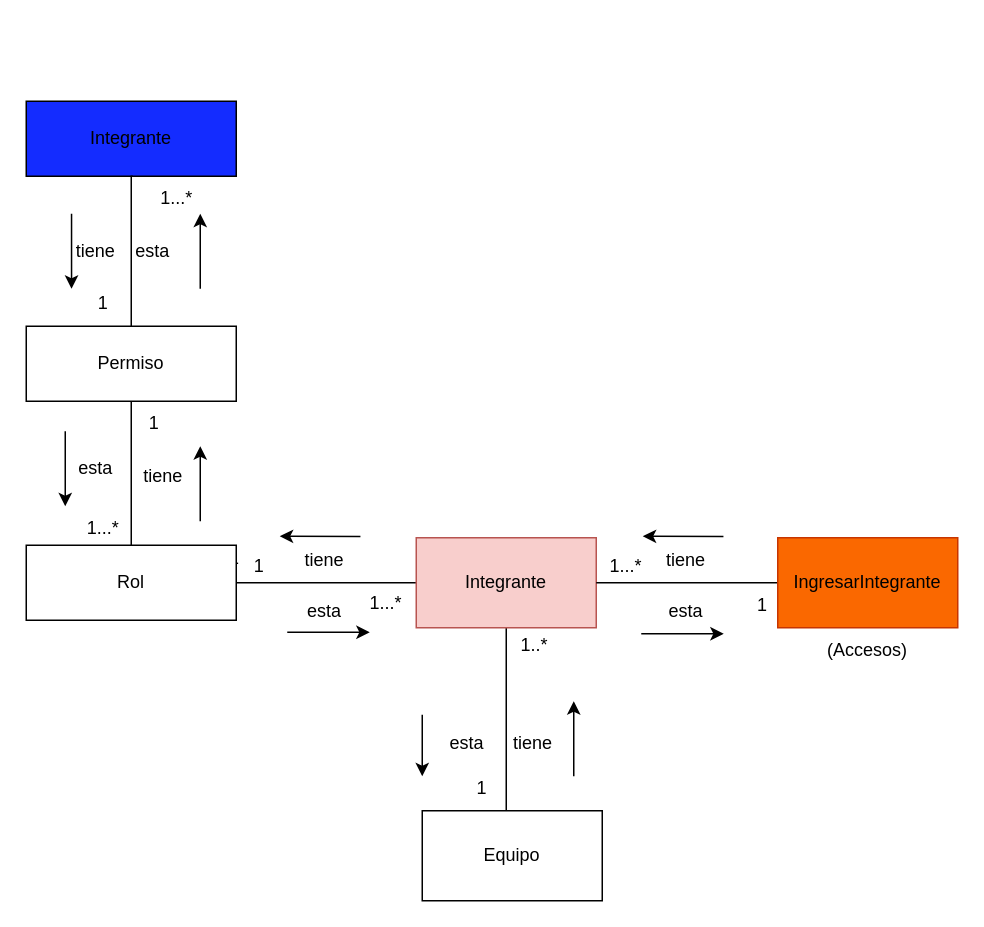
Before: page "AnemicModelTeams" (7 of 13) of CoTasker_BoundedContext.drawio in Migue1409-KP/DOO-working-group, a draw.io diagram. Source tidied: cells renumbered, new cells numbered last; positions are measured from the earlier drawing's top-left corner, leaving out a move shared by most shapes. Both pictures are drawn from the tidied source at 150%, with x=0, y=0 at pixel (26, 100).
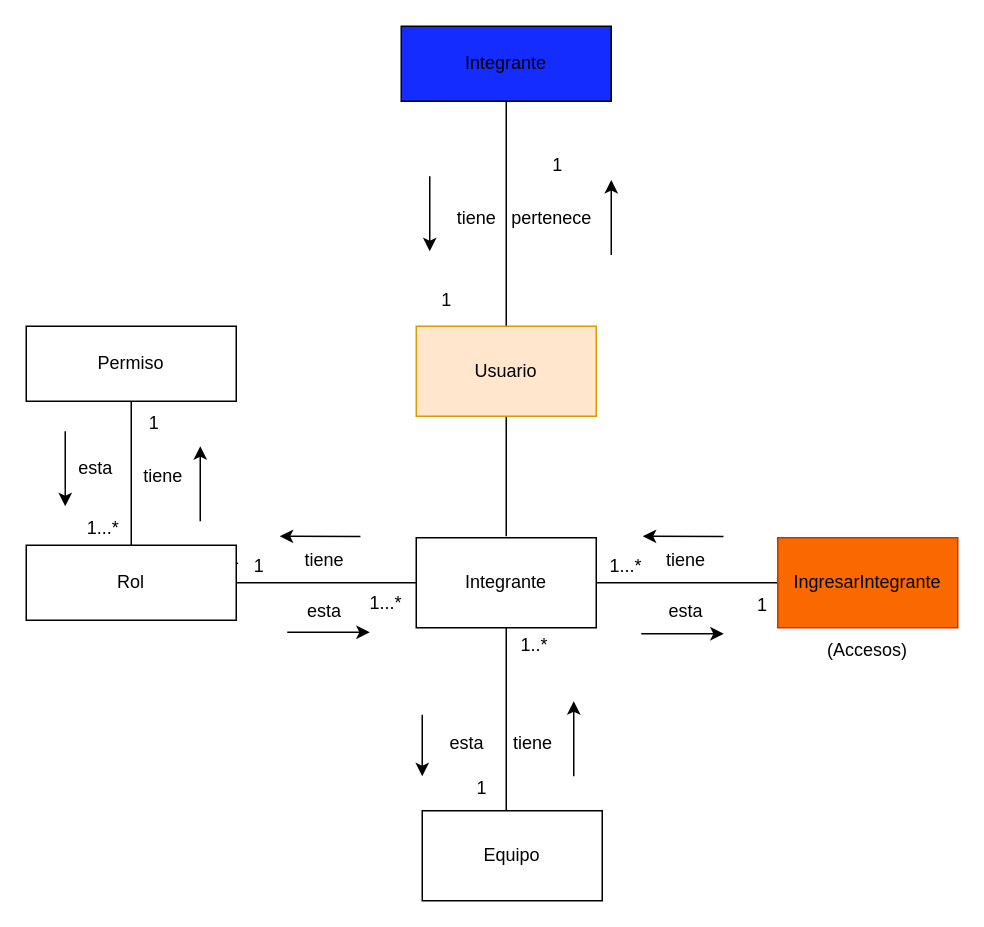
Above is the later version.

The change refers to these unchanged cells:
```xml
<mxCell id="34" value="Permiso&lt;br&gt;" style="rounded=0;whiteSpace=wrap;html=1;" parent="1" vertex="1">
  <mxGeometry y="150" width="140" height="50" as="geometry" />
</mxCell>
```

Diff of the diagram source:
```diff
@@
-    <mxCell id="5" value="Integrante" style="rounded=0;whiteSpace=wrap;html=1;fillColor=#f8cecc;strokeColor=#b85450;" parent="1" vertex="1">
+    <mxCell id="5" value="Integrante" style="rounded=0;whiteSpace=wrap;html=1;" parent="1" vertex="1">
       <mxGeometry x="260" y="291" width="120" height="60" as="geometry" />
     </mxCell>
@@
-    <mxCell id="31" style="endArrow=classic;html=1;rounded=0;" parent="1" edge="1">
-      <mxGeometry relative="1" as="geometry">
-        <mxPoint x="116" y="125" as="sourcePoint" />
-        <mxPoint x="116" y="75" as="targetPoint" />
-        <Array as="points">
-          <mxPoint x="116" y="105" />
-        </Array>
-      </mxGeometry>
-    </mxCell>
@@
     <mxCell id="37" value="Integrante" style="rounded=0;whiteSpace=wrap;html=1;fillColor=#142CFF;" parent="1" vertex="1">
-      <mxGeometry width="140" height="50" as="geometry" />
+      <mxGeometry x="250" y="-50" width="140" height="50" as="geometry" />
     </mxCell>
-    <mxCell id="38" style="edgeStyle=orthogonalEdgeStyle;rounded=0;jettySize=auto;html=1;endArrow=none;endFill=0;" parent="1" edge="1" target="34">
-      <mxGeometry relative="1" as="geometry">
-        <mxPoint x="71" y="50" as="sourcePoint" />
-        <Array as="points">
-          <mxPoint x="70" y="50" />
-        </Array>
-      </mxGeometry>
-    </mxCell>
+    <mxCell id="41" style="endArrow=classic;html=1;rounded=0;" parent="1" edge="1">
+      <mxGeometry relative="1" as="geometry">
+        <mxPoint x="116" y="280" as="sourcePoint" />
+        <mxPoint x="116" y="230" as="targetPoint" />
+        <Array as="points">
+          <mxPoint x="116" y="260" />
+        </Array>
+      </mxGeometry>
+    </mxCell>
+    <mxCell id="45" style="edgeStyle=orthogonalEdgeStyle;rounded=0;jettySize=auto;html=1;exitX=0.5;exitY=1;exitDx=0;exitDy=0;endArrow=none;endFill=0;" parent="1" edge="1" source="47">
+      <mxGeometry relative="1" as="geometry">
+        <mxPoint x="320" y="290" as="targetPoint" />
+      </mxGeometry>
+    </mxCell>
+    <mxCell id="46" style="edgeStyle=orthogonalEdgeStyle;rounded=0;jettySize=auto;html=1;entryX=0.5;entryY=1;entryDx=0;entryDy=0;endArrow=none;endFill=0;" parent="1" edge="1" source="47" target="37">
+      <mxGeometry relative="1" as="geometry" />
+    </mxCell>
+    <mxCell id="47" value="Usuario" style="rounded=0;whiteSpace=wrap;html=1;fillColor=#ffe6cc;strokeColor=#d79b00;" parent="1" vertex="1">
+      <mxGeometry x="260" y="150" width="120" height="60" as="geometry" />
+    </mxCell>
+    <mxCell id="48" style="endArrow=classic;html=1;rounded=0;" parent="1" edge="1">
+      <mxGeometry relative="1" as="geometry">
+        <mxPoint x="390" y="102.5" as="sourcePoint" />
+        <mxPoint x="390" y="52.5" as="targetPoint" />
+        <Array as="points">
+          <mxPoint x="390" y="82.5" />
+        </Array>
+      </mxGeometry>
+    </mxCell>
     <mxCell id="39" value="tiene&lt;br&gt;" style="text;html=1;align=center;verticalAlign=middle;strokeColor=none;fillColor=none;" parent="1" vertex="1">
-      <mxGeometry x="21" y="85" width="50" height="30" as="geometry" />
+      <mxGeometry x="274.5" y="62.5" width="50" height="30" as="geometry" />
     </mxCell>
-    <mxCell id="40" value="esta&lt;br&gt;" style="text;html=1;align=center;verticalAlign=middle;strokeColor=none;fillColor=none;" parent="1" vertex="1">
-      <mxGeometry x="59" y="85" width="50" height="30" as="geometry" />
-    </mxCell>
-    <mxCell id="41" style="endArrow=classic;html=1;rounded=0;" parent="1" edge="1">
-      <mxGeometry relative="1" as="geometry">
-        <mxPoint x="116" y="280" as="sourcePoint" />
-        <mxPoint x="116" y="230" as="targetPoint" />
-        <Array as="points">
-          <mxPoint x="116" y="260" />
-        </Array>
-      </mxGeometry>
-    </mxCell>
-    <mxCell id="42" style="endArrow=classic;html=1;rounded=0;" parent="1" edge="1">
-      <mxGeometry relative="1" as="geometry">
-        <mxPoint x="30.2" y="115" as="sourcePoint" />
-        <mxPoint x="30.2" y="125" as="targetPoint" />
-        <Array as="points">
-          <mxPoint x="30.2" y="75" />
-        </Array>
-      </mxGeometry>
-    </mxCell>
-    <mxCell id="43" value="1" style="text;html=1;align=center;verticalAlign=middle;strokeColor=none;fillColor=none;" parent="1" vertex="1">
-      <mxGeometry x="36" y="120" width="30" height="30" as="geometry" />
-    </mxCell>
-    <mxCell id="44" value="1...*&lt;br&gt;" style="text;html=1;align=center;verticalAlign=middle;strokeColor=none;fillColor=none;" parent="1" vertex="1">
-      <mxGeometry x="80" y="50" width="40" height="30" as="geometry" />
-    </mxCell>
+    <mxCell id="49" value="pertenece" style="text;html=1;align=center;verticalAlign=middle;strokeColor=none;fillColor=none;" parent="1" vertex="1">
+      <mxGeometry x="310" y="62.5" width="80" height="30" as="geometry" />
+    </mxCell>
+    <mxCell id="50" style="endArrow=classic;html=1;rounded=0;" parent="1" edge="1">
+      <mxGeometry relative="1" as="geometry">
+        <mxPoint x="269" y="90" as="sourcePoint" />
+        <mxPoint x="269" y="100" as="targetPoint" />
+        <Array as="points">
+          <mxPoint x="269" y="50" />
+        </Array>
+      </mxGeometry>
+    </mxCell>
+    <mxCell id="51" value="1" style="text;html=1;align=center;verticalAlign=middle;strokeColor=none;fillColor=none;" parent="1" vertex="1">
+      <mxGeometry x="338.5" y="27.5" width="30" height="30" as="geometry" />
+    </mxCell>
+    <mxCell id="52" value="1" style="text;html=1;align=center;verticalAlign=middle;strokeColor=none;fillColor=none;" parent="1" vertex="1">
+      <mxGeometry x="265" y="118" width="30" height="30" as="geometry" />
+    </mxCell>
```
